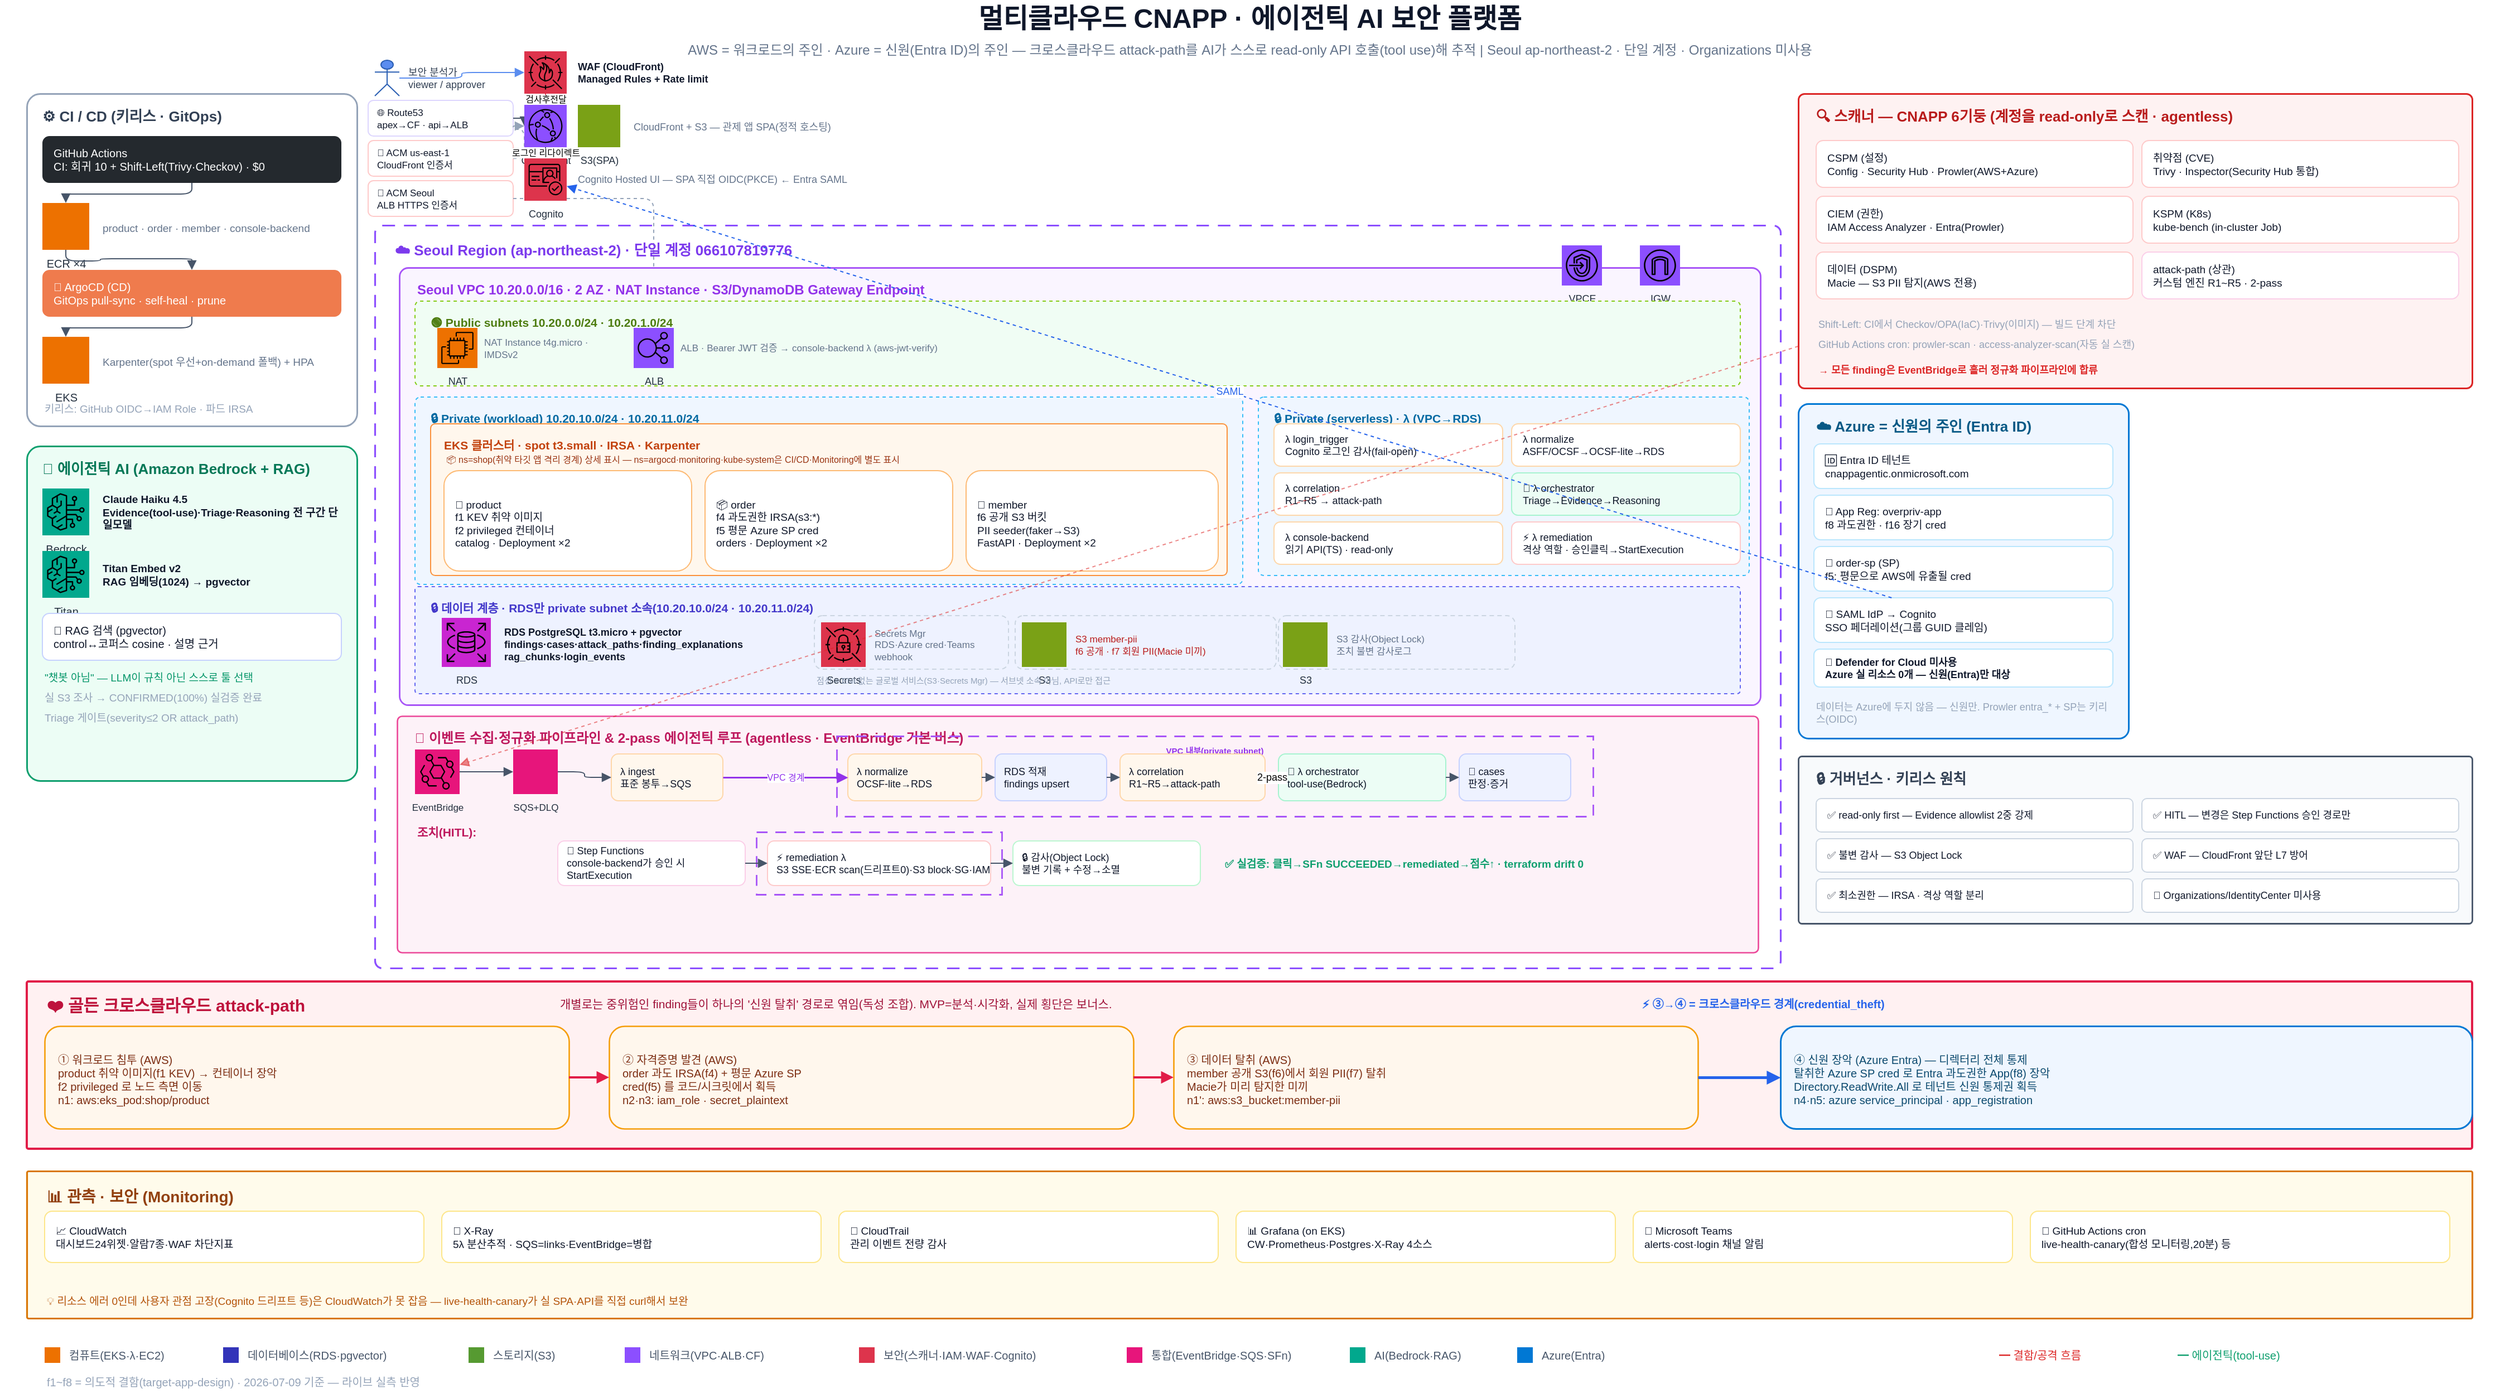
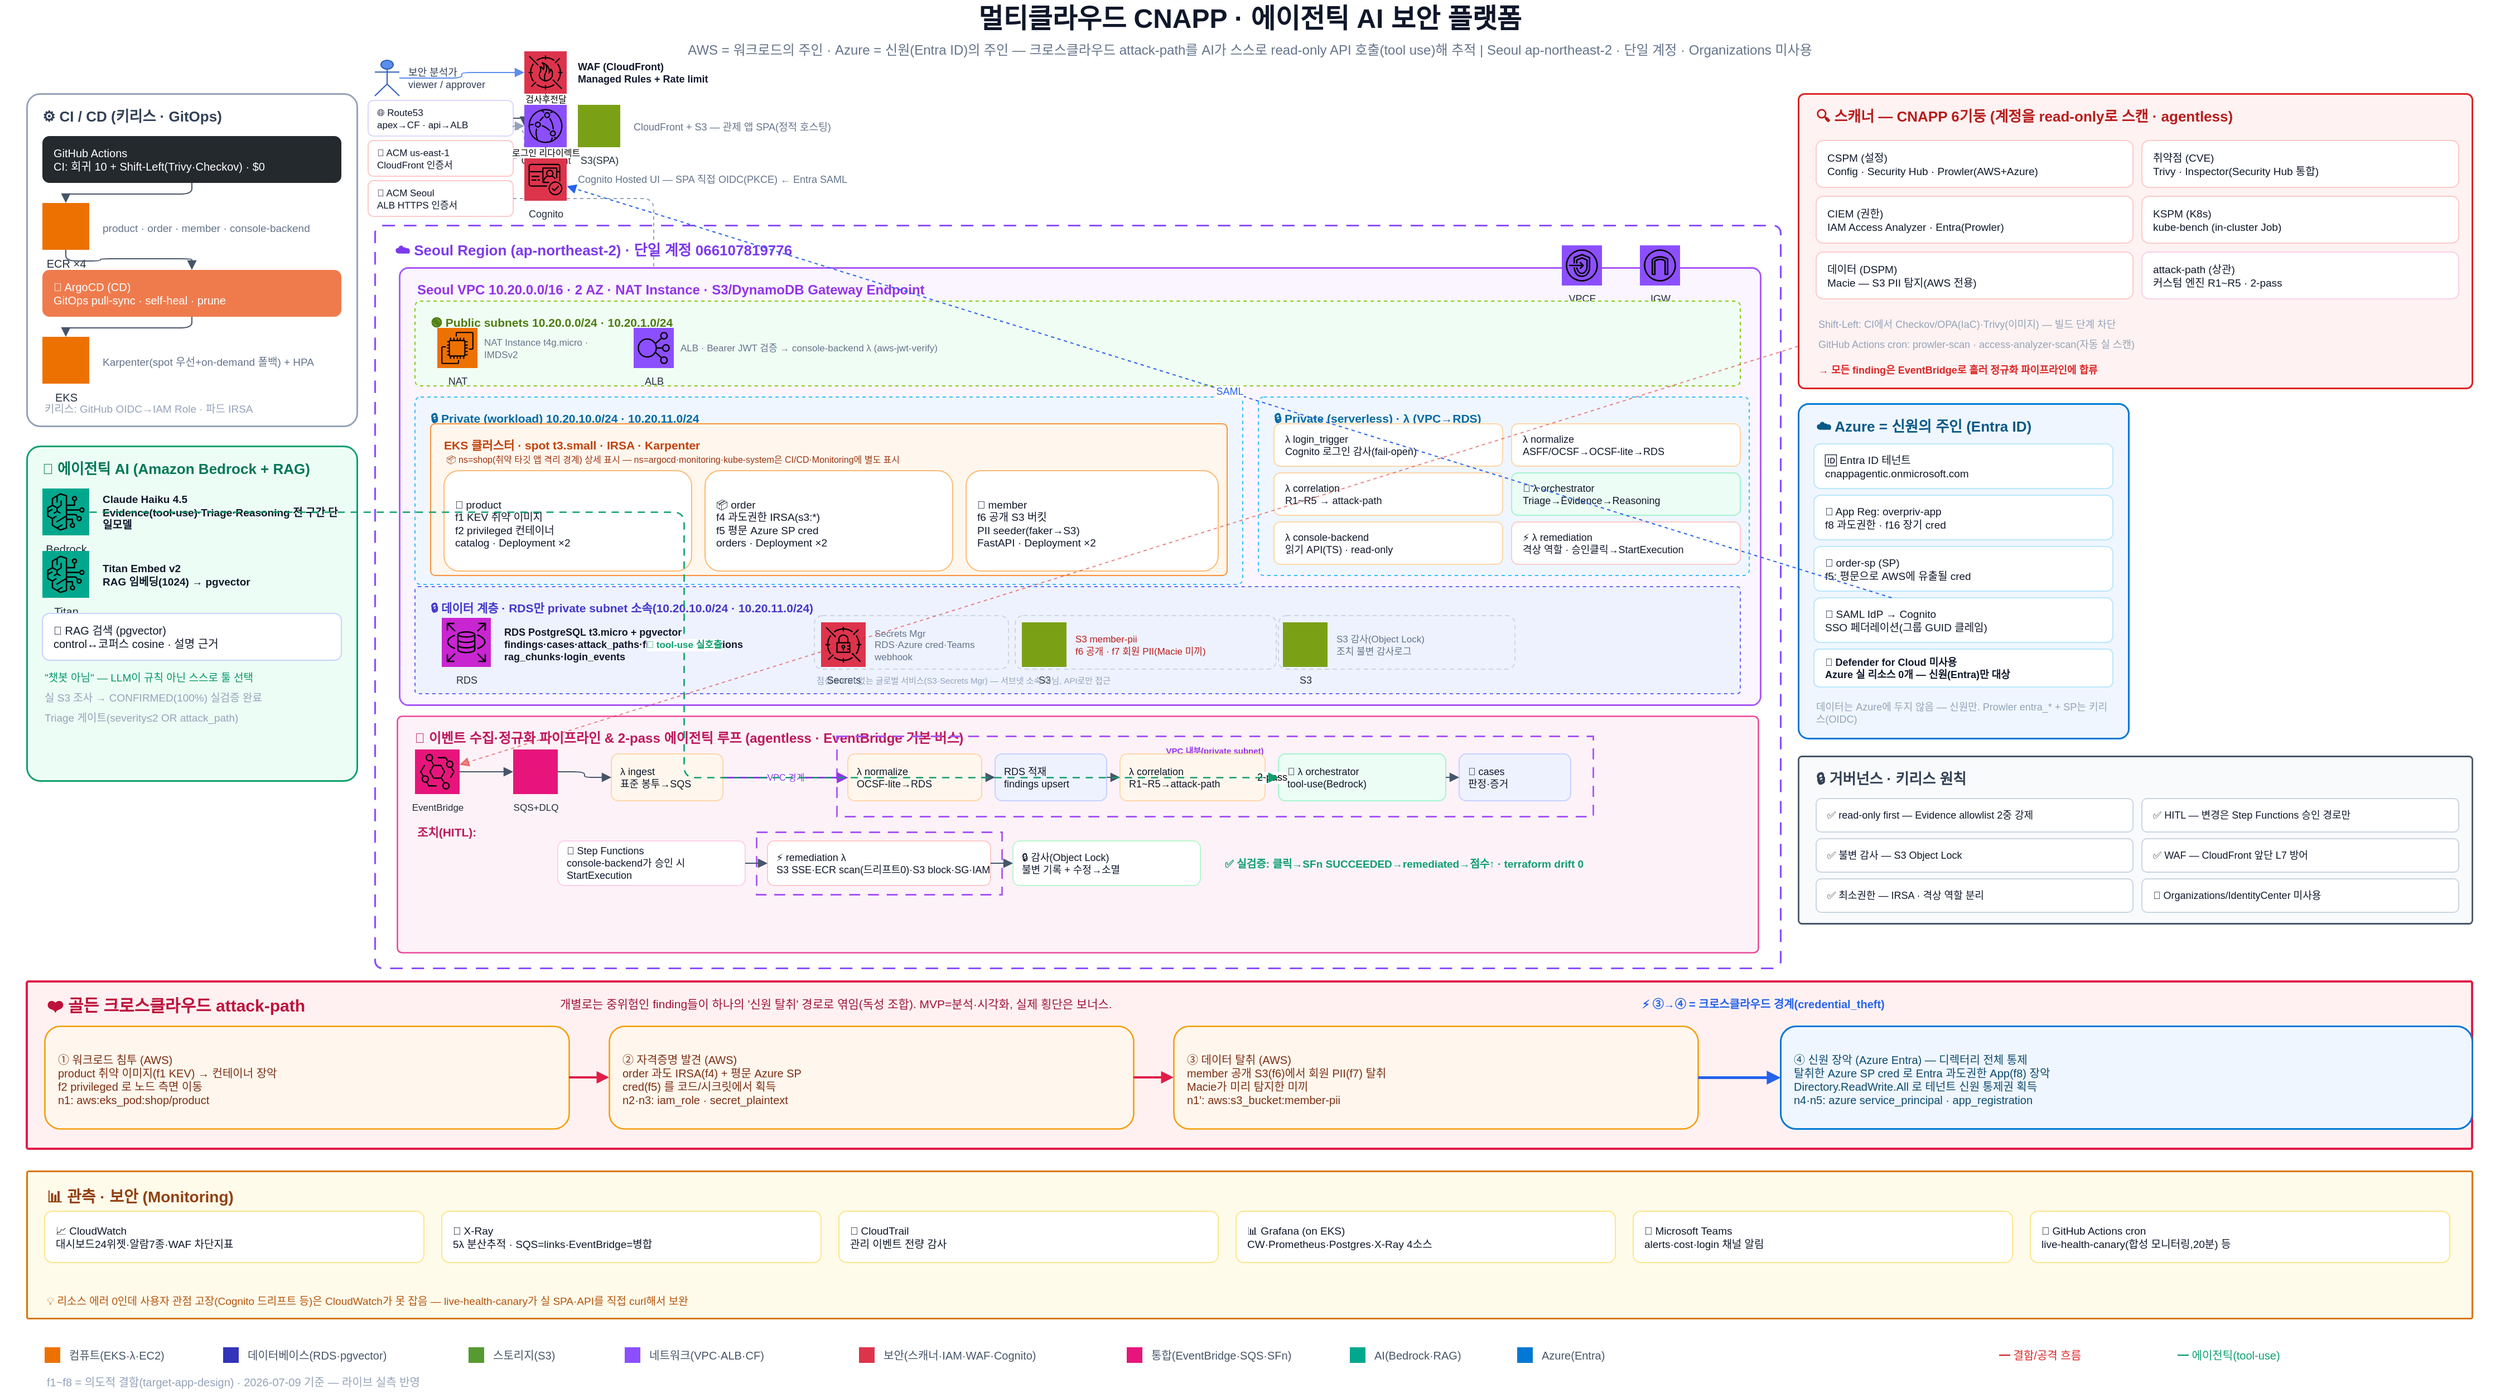
<mxfile host="Electron" agent="claude-code">
  <diagram id="cnapp-overview-v2" name="CNAPP 전체 개요">
    <mxGraphModel dx="1178" dy="701" grid="1" gridSize="10" guides="1" tooltips="1" connect="1" arrows="1" fold="1" page="1" pageScale="1" pageWidth="2240" pageHeight="1260" math="0" shadow="0">
      <root>
        <mxCell id="0" />
        <mxCell id="1" parent="0" />
        <mxCell id="title" parent="1" style="text;html=1;fontSize=24;fontStyle=1;align=center;verticalAlign=middle;fontColor=#0F172A;" value="멀티클라우드 CNAPP · 에이전틱 AI 보안 플랫폼" vertex="1">
          <mxGeometry height="34" width="2240" y="4" as="geometry" />
        </mxCell>
        <mxCell id="subtitle" parent="1" style="text;html=1;fontSize=12;align=center;verticalAlign=middle;fontColor=#64748B;" value="AWS = 워크로드의 주인 · Azure = 신원(Entra ID)의 주인 — 크로스클라우드 attack-path를 AI가 스스로 read-only API 호출(tool use)해 추적 | Seoul ap-northeast-2 · 단일 계정 · Organizations 미사용" vertex="1">
          <mxGeometry height="22" width="2240" y="38" as="geometry" />
        </mxCell>
        <mxCell id="Z_CICD" parent="1" style="rounded=1;arcSize=4;whiteSpace=wrap;html=1;fillColor=#FFFFFF;strokeColor=#94A3B8;strokeWidth=1.5;verticalAlign=top;align=left;spacingLeft=12;spacingTop=6;fontStyle=1;fontSize=13;fontColor=#334155;" value="⚙️ CI / CD  (키리스 · GitOps)" vertex="1">
          <mxGeometry height="298" width="296" x="24" y="88" as="geometry" />
        </mxCell>
        <mxCell id="GHA" parent="1" style="rounded=1;whiteSpace=wrap;html=1;fillColor=#24292E;strokeColor=none;fontColor=#FFFFFF;fontSize=10;align=left;spacingLeft=8;" value="GitHub Actions&#xa;CI: 회귀 10 + Shift-Left(Trivy·Checkov) · $0" vertex="1">
          <mxGeometry height="42" width="268" x="38" y="126" as="geometry" />
        </mxCell>
        <mxCell id="ECR" parent="1" style="sketch=0;outlineConnect=0;fontColor=#232F3E;gradientColor=none;fillColor=#ED7100;strokeColor=none;verticalLabelPosition=bottom;verticalAlign=top;align=center;html=1;fontSize=10;aspect=fixed;shape=mxgraph.aws4.resourceIcon;resIcon=mxgraph.aws4.elastic_container_registry;" value="ECR ×4" vertex="1">
          <mxGeometry height="42" width="42" x="38" y="186" as="geometry" />
        </mxCell>
        <mxCell id="ECR_TXT" parent="1" style="text;html=1;whiteSpace=wrap;align=left;verticalAlign=middle;fontSize=9.5;fontColor=#64748B;" value="product · order · member · console-backend" vertex="1">
          <mxGeometry height="24" width="216" x="90" y="196" as="geometry" />
        </mxCell>
        <mxCell id="ARGO" parent="1" style="rounded=1;whiteSpace=wrap;html=1;fillColor=#EF7B4D;strokeColor=none;fontColor=#FFFFFF;fontSize=10;align=left;spacingLeft=8;" value="🚢 ArgoCD (CD)&#xa;GitOps pull-sync · self-heal · prune" vertex="1">
          <mxGeometry height="42" width="268" x="38" y="246" as="geometry" />
        </mxCell>
        <mxCell id="EKS" parent="1" style="sketch=0;outlineConnect=0;fontColor=#232F3E;gradientColor=none;fillColor=#ED7100;strokeColor=none;verticalLabelPosition=bottom;verticalAlign=top;align=center;html=1;fontSize=10;aspect=fixed;shape=mxgraph.aws4.resourceIcon;resIcon=mxgraph.aws4.elastic_kubernetes_service;" value="EKS" vertex="1">
          <mxGeometry height="42" width="42" x="38" y="306" as="geometry" />
        </mxCell>
        <mxCell id="EKS_TXT" parent="1" style="text;html=1;whiteSpace=wrap;align=left;verticalAlign=middle;fontSize=9.5;fontColor=#64748B;" value="Karpenter(spot 우선+on-demand 폴백) + HPA" vertex="1">
          <mxGeometry height="24" width="216" x="90" y="316" as="geometry" />
        </mxCell>
        <mxCell id="CICD_NOTE" parent="1" style="text;html=1;whiteSpace=wrap;align=left;verticalAlign=middle;fontSize=9.5;fontColor=#94A3B8;" value="키리스: GitHub OIDC→IAM Role · 파드 IRSA" vertex="1">
          <mxGeometry height="20" width="268" x="38" y="360" as="geometry" />
        </mxCell>
        <mxCell id="e_c1" edge="1" parent="1" source="GHA" style="edgeStyle=orthogonalEdgeStyle;rounded=1;html=1;endArrow=block;strokeColor=#475569;" target="ECR">
          <mxGeometry relative="1" as="geometry" />
        </mxCell>
        <mxCell id="e_c2" edge="1" parent="1" source="ECR" style="edgeStyle=orthogonalEdgeStyle;rounded=1;html=1;endArrow=block;strokeColor=#475569;" target="ARGO">
          <mxGeometry relative="1" as="geometry" />
        </mxCell>
        <mxCell id="e_c3" edge="1" parent="1" source="ARGO" style="edgeStyle=orthogonalEdgeStyle;rounded=1;html=1;endArrow=block;strokeColor=#475569;" target="EKS">
          <mxGeometry relative="1" as="geometry" />
        </mxCell>
        <mxCell id="Z_AI" parent="1" style="rounded=1;arcSize=4;whiteSpace=wrap;html=1;fillColor=#ECFDF5;strokeColor=#0E9F6E;strokeWidth=1.5;verticalAlign=top;align=left;spacingLeft=12;spacingTop=6;fontStyle=1;fontSize=13;fontColor=#047857;" value="🧠 에이전틱 AI  (Amazon Bedrock + RAG)" vertex="1">
          <mxGeometry height="300" width="296" x="24" y="404" as="geometry" />
        </mxCell>
        <mxCell id="BR" parent="1" style="sketch=0;outlineConnect=0;fontColor=#232F3E;gradientColor=none;fillColor=#01A88D;strokeColor=none;verticalLabelPosition=bottom;verticalAlign=top;align=center;html=1;fontSize=10;aspect=fixed;shape=mxgraph.aws4.resourceIcon;resIcon=mxgraph.aws4.bedrock;" value="Bedrock" vertex="1">
          <mxGeometry height="42" width="42" x="38" y="442" as="geometry" />
        </mxCell>
        <mxCell id="BR_TXT" parent="1" style="text;html=1;whiteSpace=wrap;align=left;verticalAlign=middle;fontSize=9.5;fontColor=#0F172A;fontStyle=1;" value="Claude Haiku 4.5&#xa;Evidence(tool-use)·Triage·Reasoning 전 구간 단일모델" vertex="1">
          <mxGeometry height="46" width="216" x="90" y="440" as="geometry" />
        </mxCell>
        <mxCell id="TITAN" parent="1" style="sketch=0;outlineConnect=0;fontColor=#232F3E;gradientColor=none;fillColor=#01A88D;strokeColor=none;verticalLabelPosition=bottom;verticalAlign=top;align=center;html=1;fontSize=10;aspect=fixed;shape=mxgraph.aws4.resourceIcon;resIcon=mxgraph.aws4.bedrock;" value="Titan" vertex="1">
          <mxGeometry height="42" width="42" x="38" y="498" as="geometry" />
        </mxCell>
        <mxCell id="TITAN_TXT" parent="1" style="text;html=1;whiteSpace=wrap;align=left;verticalAlign=middle;fontSize=9.5;fontColor=#0F172A;fontStyle=1;" value="Titan Embed v2&#xa;RAG 임베딩(1024) → pgvector" vertex="1">
          <mxGeometry height="38" width="216" x="90" y="500" as="geometry" />
        </mxCell>
        <mxCell id="RAGBOX" parent="1" style="rounded=1;whiteSpace=wrap;html=1;fillColor=#FFFFFF;strokeColor=#C7D2FE;fontColor=#0F172A;fontSize=10;align=left;spacingLeft=8;" value="🔎 RAG 검색 (pgvector)&#xa;control↔코퍼스 cosine · 설명 근거" vertex="1">
          <mxGeometry height="42" width="268" x="38" y="554" as="geometry" />
        </mxCell>
        <mxCell id="AI_N1" parent="1" style="text;html=1;whiteSpace=wrap;align=left;verticalAlign=middle;fontSize=9.5;fontColor=#059669;" value="&quot;챗봇 아님&quot; — LLM이 규칙 아닌 스스로 툴 선택" vertex="1">
          <mxGeometry height="18" width="268" x="38" y="602" as="geometry" />
        </mxCell>
        <mxCell id="AI_N2" parent="1" style="text;html=1;whiteSpace=wrap;align=left;verticalAlign=middle;fontSize=9.5;fontColor=#94A3B8;" value="실 S3 조사 → CONFIRMED(100%) 실검증 완료" vertex="1">
          <mxGeometry height="18" width="268" x="38" y="620" as="geometry" />
        </mxCell>
        <mxCell id="AI_N4" parent="1" style="text;html=1;whiteSpace=wrap;align=left;verticalAlign=middle;fontSize=9.5;fontColor=#94A3B8;" value="Triage 게이트(severity≤2 OR attack_path)" vertex="1">
          <mxGeometry height="18" width="268" x="38" y="638" as="geometry" />
        </mxCell>
        <mxCell id="USER" parent="1" style="shape=umlActor;html=1;outlineConnect=0;fillColor=#5B8DEF;strokeColor=#2B5FB3;" value="" vertex="1">
          <mxGeometry height="32" width="22" x="336" y="58" as="geometry" />
        </mxCell>
        <mxCell id="USER_TXT" parent="1" style="text;html=1;whiteSpace=wrap;align=left;verticalAlign=middle;fontSize=9;fontColor=#334155;" value="보안 분석가&#xa;viewer / approver" vertex="1">
          <mxGeometry height="32" width="100" x="364" y="58" as="geometry" />
        </mxCell>
        <mxCell id="ROUTE53" parent="1" style="rounded=1;whiteSpace=wrap;html=1;fillColor=#FFFFFF;strokeColor=#DDD6FE;fontColor=#0F172A;fontSize=8.5;align=left;spacingLeft=6;verticalAlign=middle;" value="🌐 Route53&#xa;apex→CF · api→ALB" vertex="1">
          <mxGeometry height="32" width="130" x="330" y="94" as="geometry" />
        </mxCell>
        <mxCell id="ACM_CF" parent="1" style="rounded=1;whiteSpace=wrap;html=1;fillColor=#FFFFFF;strokeColor=#FECACA;fontColor=#0F172A;fontSize=8.5;align=left;spacingLeft=6;verticalAlign=middle;" value="📜 ACM us-east-1&#xa;CloudFront 인증서" vertex="1">
          <mxGeometry height="32" width="130" x="330" y="130" as="geometry" />
        </mxCell>
        <mxCell id="ACM_ALB" parent="1" style="rounded=1;whiteSpace=wrap;html=1;fillColor=#FFFFFF;strokeColor=#FECACA;fontColor=#0F172A;fontSize=8.5;align=left;spacingLeft=6;verticalAlign=middle;" value="📜 ACM Seoul&#xa;ALB HTTPS 인증서" vertex="1">
          <mxGeometry height="32" width="130" x="330" y="166" as="geometry" />
        </mxCell>
        <mxCell id="e_r53_cf" edge="1" parent="1" source="ROUTE53" style="edgeStyle=orthogonalEdgeStyle;rounded=1;html=1;endArrow=block;strokeColor=#475569;" target="CF">
          <mxGeometry relative="1" as="geometry" />
        </mxCell>
        <mxCell id="e_acmcf_cf" edge="1" parent="1" source="ACM_CF" style="edgeStyle=orthogonalEdgeStyle;rounded=1;html=1;endArrow=block;dashed=1;strokeColor=#94A3B8;" target="CF">
          <mxGeometry relative="1" as="geometry" />
        </mxCell>
        <mxCell id="e_acmalb_alb" edge="1" parent="1" source="ACM_ALB" style="edgeStyle=orthogonalEdgeStyle;rounded=1;html=1;endArrow=block;dashed=1;strokeColor=#94A3B8;" target="ALB">
          <mxGeometry relative="1" as="geometry" />
        </mxCell>
        <mxCell id="WAF" parent="1" style="sketch=0;outlineConnect=0;fontColor=#232F3E;gradientColor=none;fillColor=#DD344C;strokeColor=none;verticalLabelPosition=bottom;verticalAlign=top;align=center;html=1;fontSize=9;aspect=fixed;shape=mxgraph.aws4.resourceIcon;resIcon=mxgraph.aws4.waf;" value="WAF" vertex="1">
          <mxGeometry height="38" width="38" x="470" y="50" as="geometry" />
        </mxCell>
        <mxCell id="WAF_TXT" parent="1" style="text;html=1;whiteSpace=wrap;align=left;verticalAlign=middle;fontSize=9;fontColor=#0F172A;fontStyle=1;" value="WAF (CloudFront)&#xa;Managed Rules + Rate limit" vertex="1">
          <mxGeometry height="34" width="180" x="516" y="52" as="geometry" />
        </mxCell>
        <mxCell id="CF" parent="1" style="sketch=0;outlineConnect=0;fontColor=#232F3E;gradientColor=none;fillColor=#8C4FFF;strokeColor=none;verticalLabelPosition=bottom;verticalAlign=top;align=center;html=1;fontSize=9;aspect=fixed;shape=mxgraph.aws4.resourceIcon;resIcon=mxgraph.aws4.cloudfront;" value="CloudFront" vertex="1">
          <mxGeometry height="38" width="38" x="470" y="98" as="geometry" />
        </mxCell>
        <mxCell id="SPA" parent="1" style="sketch=0;outlineConnect=0;fontColor=#232F3E;gradientColor=none;fillColor=#7AA116;strokeColor=none;verticalLabelPosition=bottom;verticalAlign=top;align=center;html=1;fontSize=9;aspect=fixed;shape=mxgraph.aws4.resourceIcon;resIcon=mxgraph.aws4.simple_storage_service;" value="S3(SPA)" vertex="1">
          <mxGeometry height="38" width="38" x="518" y="98" as="geometry" />
        </mxCell>
        <mxCell id="CF_TXT" parent="1" style="text;html=1;whiteSpace=wrap;align=left;verticalAlign=middle;fontSize=9;fontColor=#64748B;" value="CloudFront + S3 — 관제 앱 SPA(정적 호스팅)" vertex="1">
          <mxGeometry height="24" width="200" x="566" y="106" as="geometry" />
        </mxCell>
        <mxCell id="COG" parent="1" style="sketch=0;outlineConnect=0;fontColor=#232F3E;gradientColor=none;fillColor=#DD344C;strokeColor=none;verticalLabelPosition=bottom;verticalAlign=top;align=center;html=1;fontSize=9;aspect=fixed;shape=mxgraph.aws4.resourceIcon;resIcon=mxgraph.aws4.cognito;" value="Cognito" vertex="1">
          <mxGeometry height="38" width="38" x="470" y="146" as="geometry" />
        </mxCell>
        <mxCell id="COG_TXT" parent="1" style="text;html=1;whiteSpace=wrap;align=left;verticalAlign=middle;fontSize=9;fontColor=#64748B;" value="Cognito Hosted UI — SPA 직접 OIDC(PKCE) ← Entra SAML" vertex="1">
          <mxGeometry height="38" width="250" x="516" y="146" as="geometry" />
        </mxCell>
        <mxCell id="e_u1" edge="1" parent="1" source="USER" style="edgeStyle=orthogonalEdgeStyle;rounded=1;html=1;endArrow=block;strokeColor=#5B8DEF;fontSize=9;" target="WAF">
          <mxGeometry relative="1" as="geometry" />
        </mxCell>
        <mxCell id="e_u2" edge="1" parent="1" source="WAF" style="edgeStyle=orthogonalEdgeStyle;rounded=1;html=1;endArrow=block;strokeColor=#DD344C;fontSize=8;" target="CF" value="검사후전달">
          <mxGeometry relative="1" as="geometry" />
        </mxCell>
        <mxCell id="e_u3" edge="1" parent="1" source="CF" style="edgeStyle=orthogonalEdgeStyle;rounded=1;html=1;endArrow=block;strokeColor=#475569;fontSize=8;" target="COG" value="로그인 리다이렉트">
          <mxGeometry relative="1" as="geometry" />
        </mxCell>
        <mxCell id="Z_REGION" parent="1" style="rounded=1;arcSize=1;whiteSpace=wrap;html=1;fillColor=none;strokeColor=#8C4FFF;strokeWidth=1.6;dashed=1;dashPattern=7 5;verticalAlign=top;align=left;spacingLeft=16;spacingTop=8;fontStyle=1;fontSize=13;fontColor=#7C3AED;" value="☁️ Seoul Region (ap-northeast-2) · 단일 계정 066107819776" vertex="1">
          <mxGeometry height="666" width="1260" x="336" y="206" as="geometry" />
        </mxCell>
        <mxCell id="Z_VPC" parent="1" style="rounded=1;arcSize=2;whiteSpace=wrap;html=1;fillColor=#FAF5FF;strokeColor=#A855F7;strokeWidth=1.4;verticalAlign=top;align=left;spacingLeft=14;spacingTop=6;fontStyle=1;fontSize=12;fontColor=#9333EA;" value="Seoul VPC 10.20.0.0/16 · 2 AZ · NAT Instance · S3/DynamoDB Gateway Endpoint" vertex="1">
          <mxGeometry height="392" width="1220" x="358" y="244" as="geometry" />
        </mxCell>
        <mxCell id="VPCE" parent="1" style="sketch=0;outlineConnect=0;fontColor=#232F3E;gradientColor=none;fillColor=#8C4FFF;strokeColor=none;verticalLabelPosition=bottom;verticalAlign=top;align=center;html=1;fontSize=9;aspect=fixed;shape=mxgraph.aws4.resourceIcon;resIcon=mxgraph.aws4.endpoints;" value="VPCE" vertex="1">
          <mxGeometry height="36" width="36" x="1400" y="224" as="geometry" />
        </mxCell>
        <mxCell id="IGW" parent="1" style="sketch=0;outlineConnect=0;fontColor=#232F3E;gradientColor=none;fillColor=#8C4FFF;strokeColor=none;verticalLabelPosition=bottom;verticalAlign=top;align=center;html=1;fontSize=9;aspect=fixed;shape=mxgraph.aws4.resourceIcon;resIcon=mxgraph.aws4.internet_gateway;" value="IGW" vertex="1">
          <mxGeometry height="36" width="36" x="1470" y="224" as="geometry" />
        </mxCell>
        <mxCell id="Z_PUB" parent="1" style="rounded=1;arcSize=6;whiteSpace=wrap;html=1;fillColor=#F0FDF4;strokeColor=#84CC16;dashed=1;verticalAlign=top;align=left;spacingLeft=12;spacingTop=6;fontStyle=1;fontSize=10.5;fontColor=#4D7C0F;" value="🟢 Public subnets  10.20.0.0/24 · 10.20.1.0/24" vertex="1">
          <mxGeometry height="76" width="1188" x="372" y="274" as="geometry" />
        </mxCell>
        <mxCell id="NAT" parent="1" style="sketch=0;outlineConnect=0;fontColor=#232F3E;gradientColor=none;fillColor=#ED7100;strokeColor=none;verticalLabelPosition=bottom;verticalAlign=top;align=center;html=1;fontSize=9;aspect=fixed;shape=mxgraph.aws4.resourceIcon;resIcon=mxgraph.aws4.ec2;" value="NAT" vertex="1">
          <mxGeometry height="36" width="36" x="392" y="298" as="geometry" />
        </mxCell>
        <mxCell id="NAT_TXT" parent="1" style="text;html=1;whiteSpace=wrap;align=left;verticalAlign=middle;fontSize=8.5;fontColor=#64748B;" value="NAT Instance t4g.micro · IMDSv2" vertex="1">
          <mxGeometry height="24" width="120" x="432" y="304" as="geometry" />
        </mxCell>
        <mxCell id="ALB" parent="1" style="sketch=0;outlineConnect=0;fontColor=#232F3E;gradientColor=none;fillColor=#8C4FFF;strokeColor=none;verticalLabelPosition=bottom;verticalAlign=top;align=center;html=1;fontSize=9;aspect=fixed;shape=mxgraph.aws4.resourceIcon;resIcon=mxgraph.aws4.elastic_load_balancing;" value="ALB" vertex="1">
          <mxGeometry height="36" width="36" x="568" y="298" as="geometry" />
        </mxCell>
        <mxCell id="ALB_TXT" parent="1" style="text;html=1;whiteSpace=wrap;align=left;verticalAlign=middle;fontSize=8.5;fontColor=#64748B;" value="ALB · Bearer JWT 검증 → console-backend λ (aws-jwt-verify)" vertex="1">
          <mxGeometry height="36" width="240" x="608" y="298" as="geometry" />
        </mxCell>
        <!-- 클러스터엔 네임스페이스 4개(shop·argocd·monitoring·kube-system) 존재. shop=취약 타깃 앱 격리 경계라
             여기서 상세 표시, 나머지 3개는 이미 각자 자리(CI/CD·Monitoring)가 있어 중복 표시 안 함
             (파이프라인 밴드와 동일 원칙: 지금 그리는 경계의 주인공만 상세 표시) -->
        <mxCell id="Z_WORK" parent="1" style="rounded=1;arcSize=3;whiteSpace=wrap;html=1;fillColor=#EFF6FF;strokeColor=#38BDF8;dashed=1;verticalAlign=top;align=left;spacingLeft=12;spacingTop=6;fontStyle=1;fontSize=10.5;fontColor=#0369A1;" value="🔒 Private (workload) 10.20.10.0/24 · 10.20.11.0/24" vertex="1">
          <mxGeometry height="168" width="742" x="372" y="360" as="geometry" />
        </mxCell>
        <mxCell id="Z_EKS2" parent="1" style="rounded=1;arcSize=3;whiteSpace=wrap;html=1;fillColor=#FFF7ED;strokeColor=#FB923C;verticalAlign=top;align=left;spacingLeft=10;spacingTop=6;fontStyle=1;fontSize=10.5;fontColor=#C2410C;" value="EKS 클러스터 · spot t3.small · IRSA · Karpenter" vertex="1">
          <mxGeometry height="136" width="714" x="386" y="384" as="geometry" />
        </mxCell>
        <mxCell id="EKS_NS_NOTE" parent="1" style="text;html=1;whiteSpace=wrap;align=left;verticalAlign=middle;fontSize=8;fontColor=#9A3412;" value="📦 ns=shop(취약 타깃 앱 격리 경계) 상세 표시 — ns=argocd·monitoring·kube-system은 CI/CD·Monitoring에 별도 표시" vertex="1">
          <mxGeometry height="16" width="690" x="398" y="408" as="geometry" />
        </mxCell>
        <mxCell id="POD_PRODUCT" parent="1" style="rounded=1;whiteSpace=wrap;html=1;fillColor=#FFFFFF;strokeColor=#FDBA74;fontColor=#0F172A;fontSize=9.5;align=left;spacingLeft=8;spacingTop=4;" value="🛒 product&#xa;f1 KEV 취약 이미지&#xa;f2 privileged 컨테이너&#xa;catalog · Deployment ×2" vertex="1">
          <mxGeometry height="90" width="222" x="398" y="426" as="geometry" />
        </mxCell>
        <mxCell id="POD_ORDER" parent="1" style="rounded=1;whiteSpace=wrap;html=1;fillColor=#FFFFFF;strokeColor=#FDBA74;fontColor=#0F172A;fontSize=9.5;align=left;spacingLeft=8;spacingTop=4;" value="📦 order&#xa;f4 과도권한 IRSA(s3:*)&#xa;f5 평문 Azure SP cred&#xa;orders · Deployment ×2" vertex="1">
          <mxGeometry height="90" width="222" x="632" y="426" as="geometry" />
        </mxCell>
        <mxCell id="POD_MEMBER" parent="1" style="rounded=1;whiteSpace=wrap;html=1;fillColor=#FFFFFF;strokeColor=#FDBA74;fontColor=#0F172A;fontSize=9.5;align=left;spacingLeft=8;spacingTop=4;" value="👤 member&#xa;f6 공개 S3 버킷&#xa;PII seeder(faker→S3)&#xa;FastAPI · Deployment ×2" vertex="1">
          <mxGeometry height="90" width="226" x="866" y="426" as="geometry" />
        </mxCell>
        <mxCell id="Z_SVLESS" parent="1" style="rounded=1;arcSize=3;whiteSpace=wrap;html=1;fillColor=#EFF6FF;strokeColor=#38BDF8;dashed=1;verticalAlign=top;align=left;spacingLeft=12;spacingTop=6;fontStyle=1;fontSize=10.5;fontColor=#0369A1;" value="🔒 Private (serverless) · λ (VPC→RDS)" vertex="1">
          <mxGeometry height="160" width="440" x="1128" y="360" as="geometry" />
        </mxCell>
        <mxCell id="L_INGEST" parent="1" style="rounded=1;whiteSpace=wrap;html=1;fillColor=#FFFFFF;strokeColor=#FED7AA;fontColor=#0F172A;fontSize=9;align=left;spacingLeft=8;" value="λ login_trigger&#xa;Cognito 로그인 감사(fail-open)" vertex="1">
          <mxGeometry height="38" width="205" x="1142" y="384" as="geometry" />
        </mxCell>
        <mxCell id="L_NORM" parent="1" style="rounded=1;whiteSpace=wrap;html=1;fillColor=#FFFFFF;strokeColor=#FED7AA;fontColor=#0F172A;fontSize=9;align=left;spacingLeft=8;" value="λ normalize&#xa;ASFF/OCSF→OCSF-lite→RDS" vertex="1">
          <mxGeometry height="38" width="205" x="1355" y="384" as="geometry" />
        </mxCell>
        <mxCell id="L_CORR" parent="1" style="rounded=1;whiteSpace=wrap;html=1;fillColor=#FFFFFF;strokeColor=#FED7AA;fontColor=#0F172A;fontSize=9;align=left;spacingLeft=8;" value="λ correlation&#xa;R1~R5 → attack-path" vertex="1">
          <mxGeometry height="38" width="205" x="1142" y="428" as="geometry" />
        </mxCell>
        <mxCell id="L_ORCH" parent="1" style="rounded=1;whiteSpace=wrap;html=1;fillColor=#ECFDF5;strokeColor=#A7F3D0;fontColor=#0F172A;fontSize=9;align=left;spacingLeft=8;" value="🧠 λ orchestrator&#xa;Triage→Evidence→Reasoning" vertex="1">
          <mxGeometry height="38" width="205" x="1355" y="428" as="geometry" />
        </mxCell>
        <mxCell id="L_CBACK" parent="1" style="rounded=1;whiteSpace=wrap;html=1;fillColor=#FFFFFF;strokeColor=#FED7AA;fontColor=#0F172A;fontSize=9;align=left;spacingLeft=8;" value="λ console-backend&#xa;읽기 API(TS) · read-only" vertex="1">
          <mxGeometry height="38" width="205" x="1142" y="472" as="geometry" />
        </mxCell>
        <mxCell id="L_REMED" parent="1" style="rounded=1;whiteSpace=wrap;html=1;fillColor=#FFFFFF;strokeColor=#FECACA;fontColor=#0F172A;fontSize=9;align=left;spacingLeft=8;" value="⚡ λ remediation&#xa;격상 역할 · 승인클릭→StartExecution" vertex="1">
          <mxGeometry height="38" width="205" x="1355" y="472" as="geometry" />
        </mxCell>
        <mxCell id="Z_DATA" parent="1" style="rounded=1;arcSize=3;whiteSpace=wrap;html=1;fillColor=#EEF2FF;strokeColor=#6366F1;dashed=1;verticalAlign=top;align=left;spacingLeft=12;spacingTop=6;fontStyle=1;fontSize=10.5;fontColor=#4338CA;" value="🔒 데이터 계층 · RDS만 private subnet 소속(10.20.10.0/24 · 10.20.11.0/24)" vertex="1">
          <mxGeometry height="96" width="1188" x="372" y="530" as="geometry" />
        </mxCell>
        <mxCell id="RDS" parent="1" style="sketch=0;outlineConnect=0;fontColor=#232F3E;gradientColor=none;fillColor=#C925D1;strokeColor=none;verticalLabelPosition=bottom;verticalAlign=top;align=center;html=1;fontSize=9;aspect=fixed;shape=mxgraph.aws4.resourceIcon;resIcon=mxgraph.aws4.rds;" value="RDS" vertex="1">
          <mxGeometry height="44" width="44" x="396" y="558" as="geometry" />
        </mxCell>
        <mxCell id="RDS_TXT" parent="1" style="text;html=1;whiteSpace=wrap;align=left;verticalAlign=middle;fontSize=9;fontColor=#0F172A;fontStyle=1;" value="RDS PostgreSQL t3.micro + pgvector&#xa;findings·cases·attack_paths·finding_explanations&#xa;rag_chunks·login_events" vertex="1">
          <mxGeometry height="56" width="266" x="450" y="554" as="geometry" />
        </mxCell>
        <mxCell id="SM_WRAP" parent="1" style="rounded=1;whiteSpace=wrap;html=1;fillColor=none;strokeColor=#CBD5E1;dashed=1;dashPattern=4 3;" value="" vertex="1">
          <mxGeometry height="48" width="174" x="730" y="556" as="geometry" />
        </mxCell>
        <mxCell id="SM" parent="1" style="sketch=0;outlineConnect=0;fontColor=#232F3E;gradientColor=none;fillColor=#DD344C;strokeColor=none;verticalLabelPosition=bottom;verticalAlign=top;align=center;html=1;fontSize=9;aspect=fixed;shape=mxgraph.aws4.resourceIcon;resIcon=mxgraph.aws4.secrets_manager;" value="Secrets" vertex="1">
          <mxGeometry height="40" width="40" x="736" y="562" as="geometry" />
        </mxCell>
        <mxCell id="SM_TXT" parent="1" style="text;html=1;whiteSpace=wrap;align=left;verticalAlign=middle;fontSize=8.5;fontColor=#64748B;" value="Secrets Mgr&#xa;RDS·Azure cred·Teams webhook" vertex="1">
          <mxGeometry height="32" width="120" x="782" y="566" as="geometry" />
        </mxCell>
        <mxCell id="S3PII_WRAP" parent="1" style="rounded=1;whiteSpace=wrap;html=1;fillColor=none;strokeColor=#CBD5E1;dashed=1;dashPattern=4 3;" value="" vertex="1">
          <mxGeometry height="48" width="234" x="910" y="556" as="geometry" />
        </mxCell>
        <mxCell id="S3PII" parent="1" style="sketch=0;outlineConnect=0;fontColor=#232F3E;gradientColor=none;fillColor=#7AA116;strokeColor=none;verticalLabelPosition=bottom;verticalAlign=top;align=center;html=1;fontSize=9;aspect=fixed;shape=mxgraph.aws4.resourceIcon;resIcon=mxgraph.aws4.simple_storage_service;" value="S3" vertex="1">
          <mxGeometry height="40" width="40" x="916" y="562" as="geometry" />
        </mxCell>
        <mxCell id="S3PII_TXT" parent="1" style="text;html=1;whiteSpace=wrap;align=left;verticalAlign=middle;fontSize=8.5;fontColor=#B91C1C;" value="S3 member-pii&#xa;f6 공개 · f7 회원 PII(Macie 미끼)" vertex="1">
          <mxGeometry height="32" width="180" x="962" y="566" as="geometry" />
        </mxCell>
        <mxCell id="S3AUDIT_WRAP" parent="1" style="rounded=1;whiteSpace=wrap;html=1;fillColor=none;strokeColor=#CBD5E1;dashed=1;dashPattern=4 3;" value="" vertex="1">
          <mxGeometry height="48" width="212" x="1146" y="556" as="geometry" />
        </mxCell>
        <mxCell id="S3AUDIT" parent="1" style="sketch=0;outlineConnect=0;fontColor=#232F3E;gradientColor=none;fillColor=#7AA116;strokeColor=none;verticalLabelPosition=bottom;verticalAlign=top;align=center;html=1;fontSize=9;aspect=fixed;shape=mxgraph.aws4.resourceIcon;resIcon=mxgraph.aws4.simple_storage_service;" value="S3" vertex="1">
          <mxGeometry height="40" width="40" x="1150" y="562" as="geometry" />
        </mxCell>
        <mxCell id="S3AUDIT_TXT" parent="1" style="text;html=1;whiteSpace=wrap;align=left;verticalAlign=middle;fontSize=8.5;fontColor=#64748B;" value="S3 감사(Object Lock)&#xa;조치 불변 감사로그" vertex="1">
          <mxGeometry height="32" width="160" x="1196" y="566" as="geometry" />
        </mxCell>
        <mxCell id="DATA_NOTE" parent="1" style="text;html=1;whiteSpace=wrap;align=left;verticalAlign=middle;fontSize=7.5;fontColor=#94A3B8;" value="점선 = ENI 없는 글로벌 서비스(S3·Secrets Mgr) — 서브넷 소속 아님, API로만 접근" vertex="1">
          <mxGeometry height="16" width="480" x="730" y="606" as="geometry" />
        </mxCell>
        <mxCell id="Z_PIPE" parent="1" style="rounded=1;arcSize=2;whiteSpace=wrap;html=1;fillColor=#FDF2F8;strokeColor=#EC4899;strokeWidth=1.3;verticalAlign=top;align=left;spacingLeft=14;spacingTop=6;fontStyle=1;fontSize=12;fontColor=#BE185D;" value="🔁 이벤트 수집·정규화 파이프라인 &amp; 2-pass 에이전틱 루프 (agentless · EventBridge 기본 버스)" vertex="1">
          <mxGeometry height="212" width="1220" x="356" y="646" as="geometry" />
        </mxCell>
        <mxCell id="PIPE_VPC_BOX" parent="1" style="rounded=0;whiteSpace=wrap;html=1;fillColor=none;strokeColor=#A855F7;strokeWidth=1.4;dashed=1;dashPattern=7 5;verticalAlign=top;align=center;fontSize=7.5;fontStyle=1;fontColor=#9333EA;spacingTop=2;" value="VPC 내부(private subnet)" vertex="1">
          <mxGeometry height="72" width="678" x="750" y="664" as="geometry" />
        </mxCell>
        <mxCell id="EB2" parent="1" style="sketch=0;outlineConnect=0;fontColor=#232F3E;gradientColor=none;fillColor=#E7157B;strokeColor=none;verticalLabelPosition=bottom;verticalAlign=top;align=center;html=1;fontSize=8.5;aspect=fixed;shape=mxgraph.aws4.resourceIcon;resIcon=mxgraph.aws4.eventbridge;" value="EventBridge" vertex="1">
          <mxGeometry height="40" width="40" x="372" y="676" as="geometry" />
        </mxCell>
        <mxCell id="SQS2" parent="1" style="sketch=0;outlineConnect=0;fontColor=#232F3E;gradientColor=none;fillColor=#E7157B;strokeColor=none;verticalLabelPosition=bottom;verticalAlign=top;align=center;html=1;fontSize=8.5;aspect=fixed;shape=mxgraph.aws4.resourceIcon;resIcon=mxgraph.aws4.simple_queue_service;" value="SQS+DLQ" vertex="1">
          <mxGeometry height="40" width="40" x="460" y="676" as="geometry" />
        </mxCell>
        <mxCell id="P_ING" parent="1" style="rounded=1;whiteSpace=wrap;html=1;fillColor=#FFF7ED;strokeColor=#FED7AA;fontColor=#0F172A;fontSize=9;align=left;spacingLeft=6;" value="λ ingest&#xa;표준 봉투→SQS" vertex="1">
          <mxGeometry height="42" width="100" x="548" y="680" as="geometry" />
        </mxCell>
        <mxCell id="P_NORM" parent="1" style="rounded=1;whiteSpace=wrap;html=1;fillColor=#FFF7ED;strokeColor=#FED7AA;fontColor=#0F172A;fontSize=9;align=left;spacingLeft=6;" value="λ normalize&#xa;OCSF-lite→RDS" vertex="1">
          <mxGeometry height="42" width="120" x="760" y="680" as="geometry" />
        </mxCell>
        <mxCell id="P_RDS" parent="1" style="rounded=1;whiteSpace=wrap;html=1;fillColor=#EEF2FF;strokeColor=#C7D2FE;fontColor=#0F172A;fontSize=9;align=left;spacingLeft=6;" value="RDS 적재&#xa;findings upsert" vertex="1">
          <mxGeometry height="42" width="100" x="892" y="680" as="geometry" />
        </mxCell>
        <mxCell id="P_CORR" parent="1" style="rounded=1;whiteSpace=wrap;html=1;fillColor=#FFF7ED;strokeColor=#FED7AA;fontColor=#0F172A;fontSize=9;align=left;spacingLeft=6;" value="λ correlation&#xa;R1~R5→attack-path" vertex="1">
          <mxGeometry height="42" width="130" x="1004" y="680" as="geometry" />
        </mxCell>
        <mxCell id="P_ORCH" parent="1" style="rounded=1;whiteSpace=wrap;html=1;fillColor=#ECFDF5;strokeColor=#A7F3D0;fontColor=#0F172A;fontSize=9;align=left;spacingLeft=6;" value="🧠 λ orchestrator&#xa;tool-use(Bedrock)" vertex="1">
          <mxGeometry height="42" width="150" x="1146" y="680" as="geometry" />
        </mxCell>
        <mxCell id="P_CASES" parent="1" style="rounded=1;whiteSpace=wrap;html=1;fillColor=#EEF2FF;strokeColor=#C7D2FE;fontColor=#0F172A;fontSize=9;align=left;spacingLeft=6;" value="📁 cases&#xa;판정·증거" vertex="1">
          <mxGeometry height="42" width="100" x="1308" y="680" as="geometry" />
        </mxCell>
        <mxCell id="e_p1" edge="1" parent="1" source="EB2" style="edgeStyle=orthogonalEdgeStyle;rounded=1;html=1;endArrow=block;strokeColor=#475569;" target="SQS2">
          <mxGeometry relative="1" as="geometry" />
        </mxCell>
        <mxCell id="e_p2" edge="1" parent="1" source="SQS2" style="edgeStyle=orthogonalEdgeStyle;rounded=1;html=1;endArrow=block;strokeColor=#475569;" target="P_ING">
          <mxGeometry relative="1" as="geometry" />
        </mxCell>
        <mxCell id="e_p2b" edge="1" parent="1" source="P_ING" style="edgeStyle=orthogonalEdgeStyle;rounded=1;html=1;endArrow=block;strokeColor=#9333EA;strokeWidth=1.6;fontSize=8;fontColor=#9333EA;" target="P_NORM" value="VPC 경계">
          <mxGeometry relative="1" as="geometry" />
        </mxCell>
        <mxCell id="e_p3" edge="1" parent="1" source="P_NORM" style="edgeStyle=orthogonalEdgeStyle;rounded=1;html=1;endArrow=block;strokeColor=#475569;" target="P_RDS">
          <mxGeometry relative="1" as="geometry" />
        </mxCell>
        <mxCell id="e_p4" edge="1" parent="1" source="P_RDS" style="edgeStyle=orthogonalEdgeStyle;rounded=1;html=1;endArrow=block;strokeColor=#475569;" target="P_CORR">
          <mxGeometry relative="1" as="geometry" />
        </mxCell>
        <mxCell id="e_p5" edge="1" parent="1" source="P_CORR" style="edgeStyle=orthogonalEdgeStyle;rounded=1;html=1;endArrow=block;strokeColor=#0E9F6E;strokeWidth=1.5;fontSize=9;" target="P_ORCH" value="2-pass">
          <mxGeometry relative="1" as="geometry" />
        </mxCell>
        <mxCell id="e_p6" edge="1" parent="1" source="P_ORCH" style="edgeStyle=orthogonalEdgeStyle;rounded=1;html=1;endArrow=block;strokeColor=#475569;" target="P_CASES">
          <mxGeometry relative="1" as="geometry" />
        </mxCell>
+         <!-- Bedrock↔orchestrator: 데이터가 지나가는 파이프라인 홉이 아니라 "orchestrator 코드 안에서 Bedrock API를
+              호출한다"는 논리적 관계라 점선(ACM 인증서 연결선과 동일 표기법) -->
+         <mxCell id="e_ai_orch" edge="1" parent="1" source="BR" target="P_ORCH" value="🧠 tool-use 실호출" style="edgeStyle=orthogonalEdgeStyle;rounded=1;html=1;endArrow=block;dashed=1;dashPattern=5 4;strokeColor=#0E9F6E;strokeWidth=1.3;fontSize=8.5;fontColor=#0E9F6E;fontStyle=1;exitX=1;exitY=0.5;entryX=0;entryY=0.5;">
+           <mxGeometry relative="1" as="geometry" />
+         </mxCell>
        <mxCell id="HITL_LABEL" parent="1" style="text;html=1;whiteSpace=wrap;align=left;verticalAlign=middle;fontSize=10.5;fontColor=#BE185D;fontStyle=1;" value="조치(HITL):" vertex="1">
          <mxGeometry height="20" width="120" x="372" y="740" as="geometry" />
        </mxCell>
        <mxCell id="SFN2" parent="1" style="rounded=1;whiteSpace=wrap;html=1;fillColor=#FFFFFF;strokeColor=#FBCFE8;fontColor=#0F172A;fontSize=9;align=left;spacingLeft=6;" value="🔀 Step Functions&#xa;console-backend가 승인 시 StartExecution" vertex="1">
          <mxGeometry height="40" width="168" x="500" y="758" as="geometry" />
        </mxCell>
        <mxCell id="HITL_VPC_BOX" parent="1" style="rounded=0;whiteSpace=wrap;html=1;fillColor=none;strokeColor=#A855F7;strokeWidth=1.4;dashed=1;dashPattern=7 5;" value="" vertex="1">
          <mxGeometry height="56" width="220" x="678" y="750" as="geometry" />
        </mxCell>
        <mxCell id="REMED2" parent="1" style="rounded=1;whiteSpace=wrap;html=1;fillColor=#FFFFFF;strokeColor=#FECACA;fontColor=#0F172A;fontSize=9;align=left;spacingLeft=6;" value="⚡ remediation λ&#xa;S3 SSE·ECR scan(드리프트0)·S3 block·SG·IAM" vertex="1">
          <mxGeometry height="40" width="200" x="688" y="758" as="geometry" />
        </mxCell>
        <mxCell id="AUDIT2" parent="1" style="rounded=1;whiteSpace=wrap;html=1;fillColor=#FFFFFF;strokeColor=#BBF7D0;fontColor=#0F172A;fontSize=9;align=left;spacingLeft=6;" value="🔒 감사(Object Lock)&#xa;불변 기록 + 수정→소멸" vertex="1">
          <mxGeometry height="40" width="168" x="908" y="758" as="geometry" />
        </mxCell>
        <mxCell id="e_h1" edge="1" parent="1" source="SFN2" style="edgeStyle=orthogonalEdgeStyle;rounded=1;html=1;endArrow=block;strokeColor=#475569;" target="REMED2">
          <mxGeometry relative="1" as="geometry" />
        </mxCell>
        <mxCell id="e_h2" edge="1" parent="1" source="REMED2" style="edgeStyle=orthogonalEdgeStyle;rounded=1;html=1;endArrow=block;strokeColor=#475569;" target="AUDIT2">
          <mxGeometry relative="1" as="geometry" />
        </mxCell>
        <mxCell id="HITL_NOTE" parent="1" style="text;html=1;whiteSpace=wrap;align=left;verticalAlign=middle;fontSize=9.5;fontColor=#0E9F6E;fontStyle=1;" value="✅ 실검증: 클릭→SFn SUCCEEDED→remediated→점수↑ · terraform drift 0" vertex="1">
          <mxGeometry height="32" width="470" x="1096" y="762" as="geometry" />
        </mxCell>
        <mxCell id="Z_SCAN" parent="1" style="rounded=1;arcSize=2;whiteSpace=wrap;html=1;fillColor=#FEF2F2;strokeColor=#DC2626;strokeWidth=1.5;verticalAlign=top;align=left;spacingLeft=14;spacingTop=6;fontStyle=1;fontSize=13;fontColor=#B91C1C;" value="🔍 스캐너 — CNAPP 6기둥 (계정을 read-only로 스캔 · agentless)" vertex="1">
          <mxGeometry height="264" width="604" x="1612" y="88" as="geometry" />
        </mxCell>
        <mxCell id="S_CSPM" parent="1" style="rounded=1;whiteSpace=wrap;html=1;fillColor=#FFFFFF;strokeColor=#FECACA;fontColor=#0F172A;fontSize=9.5;align=left;spacingLeft=8;" value="CSPM (설정)&#xa;Config · Security Hub · Prowler(AWS+Azure)" vertex="1">
          <mxGeometry height="42" width="284" x="1628" y="130" as="geometry" />
        </mxCell>
        <mxCell id="S_VULN" parent="1" style="rounded=1;whiteSpace=wrap;html=1;fillColor=#FFFFFF;strokeColor=#FECACA;fontColor=#0F172A;fontSize=9.5;align=left;spacingLeft=8;" value="취약점 (CVE)&#xa;Trivy · Inspector(Security Hub 통합)" vertex="1">
          <mxGeometry height="42" width="284" x="1920" y="130" as="geometry" />
        </mxCell>
        <mxCell id="S_CIEM" parent="1" style="rounded=1;whiteSpace=wrap;html=1;fillColor=#FFFFFF;strokeColor=#FECACA;fontColor=#0F172A;fontSize=9.5;align=left;spacingLeft=8;" value="CIEM (권한)&#xa;IAM Access Analyzer · Entra(Prowler)" vertex="1">
          <mxGeometry height="42" width="284" x="1628" y="180" as="geometry" />
        </mxCell>
        <mxCell id="S_KSPM" parent="1" style="rounded=1;whiteSpace=wrap;html=1;fillColor=#FFFFFF;strokeColor=#FECACA;fontColor=#0F172A;fontSize=9.5;align=left;spacingLeft=8;" value="KSPM (K8s)&#xa;kube-bench (in-cluster Job)" vertex="1">
          <mxGeometry height="42" width="284" x="1920" y="180" as="geometry" />
        </mxCell>
        <mxCell id="S_DATA" parent="1" style="rounded=1;whiteSpace=wrap;html=1;fillColor=#FFFFFF;strokeColor=#FECACA;fontColor=#0F172A;fontSize=9.5;align=left;spacingLeft=8;" value="데이터 (DSPM)&#xa;Macie — S3 PII 탐지(AWS 전용)" vertex="1">
          <mxGeometry height="42" width="284" x="1628" y="230" as="geometry" />
        </mxCell>
        <mxCell id="S_ATTACKPATH" parent="1" style="rounded=1;whiteSpace=wrap;html=1;fillColor=#FFFFFF;strokeColor=#FBCFE8;fontColor=#0F172A;fontSize=9.5;align=left;spacingLeft=8;" value="attack-path (상관)&#xa;커스텀 엔진 R1~R5 · 2-pass" vertex="1">
          <mxGeometry height="42" width="284" x="1920" y="230" as="geometry" />
        </mxCell>
        <mxCell id="SCAN_NOTE1" parent="1" style="text;html=1;whiteSpace=wrap;align=left;verticalAlign=middle;fontSize=9;fontColor=#94A3B8;" value="Shift-Left: CI에서 Checkov/OPA(IaC)·Trivy(이미지) — 빌드 단계 차단" vertex="1">
          <mxGeometry height="18" width="576" x="1628" y="286" as="geometry" />
        </mxCell>
        <mxCell id="SCAN_NOTE2" parent="1" style="text;html=1;whiteSpace=wrap;align=left;verticalAlign=middle;fontSize=9;fontColor=#94A3B8;" value="GitHub Actions cron: prowler-scan · access-analyzer-scan(자동 실 스캔)" vertex="1">
          <mxGeometry height="18" width="576" x="1628" y="304" as="geometry" />
        </mxCell>
        <mxCell id="SCAN_NOTE3" parent="1" style="text;html=1;whiteSpace=wrap;align=left;verticalAlign=middle;fontSize=9;fontColor=#DC2626;fontStyle=1;" value="→ 모든 finding은 EventBridge로 흘러 정규화 파이프라인에 합류" vertex="1">
          <mxGeometry height="20" width="576" x="1628" y="326" as="geometry" />
        </mxCell>
        <mxCell id="Z_AZURE" parent="1" style="rounded=1;arcSize=3;whiteSpace=wrap;html=1;fillColor=#EFF6FF;strokeColor=#0078D4;strokeWidth=1.5;verticalAlign=top;align=left;spacingLeft=14;spacingTop=6;fontStyle=1;fontSize=13;fontColor=#075985;" value="☁️ Azure = 신원의 주인 (Entra ID)" vertex="1">
          <mxGeometry height="300" width="296" x="1612" y="366" as="geometry" />
        </mxCell>
        <mxCell id="ENTRA2" parent="1" style="rounded=1;whiteSpace=wrap;html=1;fillColor=#FFFFFF;strokeColor=#BAE6FD;fontColor=#0F172A;fontSize=9.5;align=left;spacingLeft=8;" value="🆔 Entra ID 테넌트&#xa;cnappagentic.onmicrosoft.com" vertex="1">
          <mxGeometry height="40" width="268" x="1626" y="402" as="geometry" />
        </mxCell>
        <mxCell id="APPREG2" parent="1" style="rounded=1;whiteSpace=wrap;html=1;fillColor=#FFFFFF;strokeColor=#BAE6FD;fontColor=#0F172A;fontSize=9.5;align=left;spacingLeft=8;" value="🧩 App Reg: overpriv-app&#xa;f8 과도권한 · f16 장기 cred" vertex="1">
          <mxGeometry height="40" width="268" x="1626" y="448" as="geometry" />
        </mxCell>
        <mxCell id="ORDERSP" parent="1" style="rounded=1;whiteSpace=wrap;html=1;fillColor=#FFFFFF;strokeColor=#BAE6FD;fontColor=#0F172A;fontSize=9.5;align=left;spacingLeft=8;" value="🔑 order-sp (SP)&#xa;f5: 평문으로 AWS에 유출될 cred" vertex="1">
          <mxGeometry height="40" width="268" x="1626" y="494" as="geometry" />
        </mxCell>
        <mxCell id="SAMLIDP" parent="1" style="rounded=1;whiteSpace=wrap;html=1;fillColor=#FFFFFF;strokeColor=#BAE6FD;fontColor=#0F172A;fontSize=9.5;align=left;spacingLeft=8;" value="🎫 SAML IdP → Cognito&#xa;SSO 페더레이션(그룹 GUID 클레임)" vertex="1">
          <mxGeometry height="40" width="268" x="1626" y="540" as="geometry" />
        </mxCell>
        <mxCell id="DEFENDER_EXCL" parent="1" style="rounded=1;whiteSpace=wrap;html=1;fillColor=#FFFFFF;strokeColor=#BAE6FD;fontColor=#0F172A;fontSize=9;fontStyle=1;align=left;spacingLeft=8;" value="🚫 Defender for Cloud 미사용&#xa;Azure 실 리소스 0개 — 신원(Entra)만 대상" vertex="1">
          <mxGeometry height="34" width="268" x="1626" y="586" as="geometry" />
        </mxCell>
        <mxCell id="AZURE_NOTE" parent="1" style="text;html=1;whiteSpace=wrap;align=left;verticalAlign=middle;fontSize=9;fontColor=#94A3B8;" value="데이터는 Azure에 두지 않음 — 신원만. Prowler entra_* + SP는 키리스(OIDC)" vertex="1">
          <mxGeometry height="30" width="268" x="1626" y="628" as="geometry" />
        </mxCell>
        <mxCell id="e_saml" edge="1" parent="1" source="SAMLIDP" style="edgeStyle=none;rounded=0;html=1;endArrow=block;dashed=1;strokeColor=#2563EB;fontSize=9;fontColor=#2563EB;" target="COG" value="SAML">
          <mxGeometry relative="1" as="geometry" />
        </mxCell>
        <mxCell id="Z_GOV" parent="1" style="rounded=1;arcSize=2;whiteSpace=wrap;html=1;fillColor=#F8FAFC;strokeColor=#475569;strokeWidth=1.4;verticalAlign=top;align=left;spacingLeft=14;spacingTop=6;fontStyle=1;fontSize=13;fontColor=#334155;" value="🔒 거버넌스 · 키리스 원칙" vertex="1">
          <mxGeometry height="150" width="604" x="1612" y="682" as="geometry" />
        </mxCell>
        <mxCell id="G1" parent="1" style="rounded=1;whiteSpace=wrap;html=1;fillColor=#FFFFFF;strokeColor=#CBD5E1;fontColor=#0F172A;fontSize=9;align=left;spacingLeft=8;verticalAlign=middle;" value="✅ read-only first — Evidence allowlist 2중 강제" vertex="1">
          <mxGeometry height="30" width="284" x="1628" y="720" as="geometry" />
        </mxCell>
        <mxCell id="G2" parent="1" style="rounded=1;whiteSpace=wrap;html=1;fillColor=#FFFFFF;strokeColor=#CBD5E1;fontColor=#0F172A;fontSize=9;align=left;spacingLeft=8;verticalAlign=middle;" value="✅ HITL — 변경은 Step Functions 승인 경로만" vertex="1">
          <mxGeometry height="30" width="284" x="1920" y="720" as="geometry" />
        </mxCell>
        <mxCell id="G3" parent="1" style="rounded=1;whiteSpace=wrap;html=1;fillColor=#FFFFFF;strokeColor=#CBD5E1;fontColor=#0F172A;fontSize=9;align=left;spacingLeft=8;verticalAlign=middle;" value="✅ 불변 감사 — S3 Object Lock" vertex="1">
          <mxGeometry height="30" width="284" x="1628" y="756" as="geometry" />
        </mxCell>
        <mxCell id="G4" parent="1" style="rounded=1;whiteSpace=wrap;html=1;fillColor=#FFFFFF;strokeColor=#CBD5E1;fontColor=#0F172A;fontSize=9;align=left;spacingLeft=8;verticalAlign=middle;" value="✅ WAF — CloudFront 앞단 L7 방어" vertex="1">
          <mxGeometry height="30" width="284" x="1920" y="756" as="geometry" />
        </mxCell>
        <mxCell id="G5" parent="1" style="rounded=1;whiteSpace=wrap;html=1;fillColor=#FFFFFF;strokeColor=#CBD5E1;fontColor=#0F172A;fontSize=9;align=left;spacingLeft=8;verticalAlign=middle;" value="✅ 최소권한 — IRSA · 격상 역할 분리" vertex="1">
          <mxGeometry height="30" width="284" x="1628" y="792" as="geometry" />
        </mxCell>
        <mxCell id="G6" parent="1" style="rounded=1;whiteSpace=wrap;html=1;fillColor=#FFFFFF;strokeColor=#CBD5E1;fontColor=#0F172A;fontSize=9;align=left;spacingLeft=8;verticalAlign=middle;" value="🚫 Organizations/IdentityCenter 미사용" vertex="1">
          <mxGeometry height="30" width="284" x="1920" y="792" as="geometry" />
        </mxCell>
        <mxCell id="Z_GOLDEN" parent="1" style="rounded=1;arcSize=1;whiteSpace=wrap;html=1;fillColor=#FFF1F2;strokeColor=#E11D48;strokeWidth=2;" value="" vertex="1">
          <mxGeometry height="150" width="2192" x="24" y="884" as="geometry" />
        </mxCell>
        <mxCell id="GOLDEN_TITLE" parent="1" style="text;html=1;whiteSpace=wrap;align=left;verticalAlign=middle;fontSize=15;fontStyle=1;fontColor=#BE123C;" value="❤️ 골든 크로스클라우드 attack-path" vertex="1">
          <mxGeometry height="26" width="500" x="40" y="892" as="geometry" />
        </mxCell>
        <mxCell id="GOLDEN_SUB" parent="1" style="text;html=1;whiteSpace=wrap;align=left;verticalAlign=middle;fontSize=10.5;fontColor=#9F1239;" value="개별로는 중위험인 finding들이 하나의 &#39;신원 탈취&#39; 경로로 엮임(독성 조합). MVP=분석·시각화, 실제 횡단은 보너스." vertex="1">
          <mxGeometry height="20" width="900" x="500" y="894" as="geometry" />
        </mxCell>
        <mxCell id="GOLDEN_BOUND" parent="1" style="text;html=1;whiteSpace=wrap;align=left;verticalAlign=middle;fontSize=10;fontStyle=1;fontColor=#2563EB;" value="⚡ ③→④ = 크로스클라우드 경계(credential_theft)" vertex="1">
          <mxGeometry height="20" width="400" x="1470" y="894" as="geometry" />
        </mxCell>
        <mxCell id="G_S1" parent="1" style="rounded=1;whiteSpace=wrap;html=1;fillColor=#FFF7ED;strokeColor=#F59E0B;strokeWidth=1.3;fontColor=#7C2D12;fontSize=10;align=left;spacingLeft=10;spacingTop=4;" value="① 워크로드 침투 (AWS)&#xa;product 취약 이미지(f1 KEV) → 컨테이너 장악&#xa;f2 privileged 로 노드 측면 이동&#xa;n1: aws:eks_pod:shop/product" vertex="1">
          <mxGeometry height="92" width="470" x="40" y="924" as="geometry" />
        </mxCell>
        <mxCell id="G_S2" parent="1" style="rounded=1;whiteSpace=wrap;html=1;fillColor=#FFF7ED;strokeColor=#F59E0B;strokeWidth=1.3;fontColor=#7C2D12;fontSize=10;align=left;spacingLeft=10;spacingTop=4;" value="② 자격증명 발견 (AWS)&#xa;order 과도 IRSA(f4) + 평문 Azure SP&#xa;cred(f5) 를 코드/시크릿에서 획득&#xa;n2·n3: iam_role · secret_plaintext" vertex="1">
          <mxGeometry height="92" width="470" x="546" y="924" as="geometry" />
        </mxCell>
        <mxCell id="G_S3" parent="1" style="rounded=1;whiteSpace=wrap;html=1;fillColor=#FFF7ED;strokeColor=#F59E0B;strokeWidth=1.3;fontColor=#7C2D12;fontSize=10;align=left;spacingLeft=10;spacingTop=4;" value="③ 데이터 탈취 (AWS)&#xa;member 공개 S3(f6)에서 회원 PII(f7) 탈취&#xa;Macie가 미리 탐지한 미끼&#xa;n1&#39;: aws:s3_bucket:member-pii" vertex="1">
          <mxGeometry height="92" width="470" x="1052" y="924" as="geometry" />
        </mxCell>
        <mxCell id="G_S4" parent="1" style="rounded=1;whiteSpace=wrap;html=1;fillColor=#EFF6FF;strokeColor=#0078D4;strokeWidth=1.5;fontColor=#0C4A6E;fontSize=10;align=left;spacingLeft=10;spacingTop=4;" value="④ 신원 장악 (Azure Entra) — 디렉터리 전체 통제&#xa;탈취한 Azure SP cred 로 Entra 과도권한 App(f8) 장악&#xa;Directory.ReadWrite.All 로 테넌트 신원 통제권 획득&#xa;n4·n5: azure service_principal · app_registration" vertex="1">
          <mxGeometry height="92" width="620" x="1596" y="924" as="geometry" />
        </mxCell>
        <mxCell id="e_g1" edge="1" parent="1" source="G_S1" style="edgeStyle=none;rounded=0;html=1;endArrow=block;strokeColor=#E11D48;strokeWidth=2;" target="G_S2">
          <mxGeometry relative="1" as="geometry" />
        </mxCell>
        <mxCell id="e_g2" edge="1" parent="1" source="G_S2" style="edgeStyle=none;rounded=0;html=1;endArrow=block;strokeColor=#E11D48;strokeWidth=2;" target="G_S3">
          <mxGeometry relative="1" as="geometry" />
        </mxCell>
        <mxCell id="e_g3" edge="1" parent="1" source="G_S3" style="edgeStyle=none;rounded=0;html=1;endArrow=block;strokeColor=#2563EB;strokeWidth=2.5;" target="G_S4">
          <mxGeometry relative="1" as="geometry" />
        </mxCell>
        <mxCell id="e_scan_flow" edge="1" parent="1" source="Z_SCAN" style="edgeStyle=none;rounded=0;html=1;endArrow=block;dashed=1;strokeColor=#DC2626;opacity=55;" target="EB2">
          <mxGeometry relative="1" as="geometry" />
        </mxCell>
        <mxCell id="Z_MON2" parent="1" style="rounded=1;arcSize=1;whiteSpace=wrap;html=1;fillColor=#FFFBEB;strokeColor=#D97706;strokeWidth=1.6;verticalAlign=top;align=left;spacingLeft=16;spacingTop=8;fontStyle=1;fontSize=14;fontColor=#92400E;" value="📊 관측 · 보안 (Monitoring)" vertex="1">
          <mxGeometry height="132" width="2192" x="24" y="1054" as="geometry" />
        </mxCell>
        <mxCell id="M_CW" parent="1" style="rounded=1;whiteSpace=wrap;html=1;fillColor=#FFFFFF;strokeColor=#FDE68A;fontColor=#0F172A;fontSize=9.5;align=left;spacingLeft=8;" value="📈 CloudWatch&#xa;대시보드24위젯·알람7종·WAF 차단지표" vertex="1">
          <mxGeometry height="46" width="340" x="40" y="1090" as="geometry" />
        </mxCell>
        <mxCell id="M_XRAY" parent="1" style="rounded=1;whiteSpace=wrap;html=1;fillColor=#FFFFFF;strokeColor=#FDE68A;fontColor=#0F172A;fontSize=9.5;align=left;spacingLeft=8;" value="🩻 X-Ray&#xa;5λ 분산추적 · SQS=links·EventBridge=병합" vertex="1">
          <mxGeometry height="46" width="340" x="396" y="1090" as="geometry" />
        </mxCell>
        <mxCell id="M_CT" parent="1" style="rounded=1;whiteSpace=wrap;html=1;fillColor=#FFFFFF;strokeColor=#FDE68A;fontColor=#0F172A;fontSize=9.5;align=left;spacingLeft=8;" value="📜 CloudTrail&#xa;관리 이벤트 전량 감사" vertex="1">
          <mxGeometry height="46" width="340" x="752" y="1090" as="geometry" />
        </mxCell>
        <mxCell id="M_GRAF" parent="1" style="rounded=1;whiteSpace=wrap;html=1;fillColor=#FFFFFF;strokeColor=#FDE68A;fontColor=#0F172A;fontSize=9.5;align=left;spacingLeft=8;" value="📊 Grafana (on EKS)&#xa;CW·Prometheus·Postgres·X-Ray 4소스" vertex="1">
          <mxGeometry height="46" width="340" x="1108" y="1090" as="geometry" />
        </mxCell>
        <mxCell id="M_TEAMS" parent="1" style="rounded=1;whiteSpace=wrap;html=1;fillColor=#FFFFFF;strokeColor=#FDE68A;fontColor=#0F172A;fontSize=9.5;align=left;spacingLeft=8;" value="💬 Microsoft Teams&#xa;alerts·cost·login 채널 알림" vertex="1">
          <mxGeometry height="46" width="340" x="1464" y="1090" as="geometry" />
        </mxCell>
        <mxCell id="M_GHA" parent="1" style="rounded=1;whiteSpace=wrap;html=1;fillColor=#FFFFFF;strokeColor=#FDE68A;fontColor=#0F172A;fontSize=9.5;align=left;spacingLeft=8;" value="🤖 GitHub Actions cron&#xa;live-health-canary(합성 모니터링,20분) 등" vertex="1">
          <mxGeometry height="46" width="376" x="1820" y="1090" as="geometry" />
        </mxCell>
        <mxCell id="MON_NOTE" parent="1" style="text;html=1;whiteSpace=wrap;align=left;verticalAlign=middle;fontSize=9.5;fontColor=#B45309;" value="💡 리소스 에러 0인데 사용자 관점 고장(Cognito 드리프트 등)은 CloudWatch가 못 잡음 — live-health-canary가 실 SPA·API를 직접 curl해서 보완" vertex="1">
          <mxGeometry height="20" width="1600" x="40" y="1160" as="geometry" />
        </mxCell>
        <mxCell id="LEG1" parent="1" style="text;html=1;align=left;verticalAlign=middle;fontSize=10;fontColor=#475569;" value="컴퓨트(EKS·λ·EC2)" vertex="1">
          <mxGeometry height="18" width="160" x="60" y="1210" as="geometry" />
        </mxCell>
        <mxCell id="LEG1SW" parent="1" style="rounded=0;whiteSpace=wrap;html=1;fillColor=#ED7100;strokeColor=none;" value="" vertex="1">
          <mxGeometry height="14" width="14" x="40" y="1212" as="geometry" />
        </mxCell>
        <mxCell id="LEG2" parent="1" style="text;html=1;align=left;verticalAlign=middle;fontSize=10;fontColor=#475569;" value="데이터베이스(RDS·pgvector)" vertex="1">
          <mxGeometry height="18" width="200" x="220" y="1210" as="geometry" />
        </mxCell>
        <mxCell id="LEG2SW" parent="1" style="rounded=0;whiteSpace=wrap;html=1;fillColor=#3334B9;strokeColor=none;" value="" vertex="1">
          <mxGeometry height="14" width="14" x="200" y="1212" as="geometry" />
        </mxCell>
        <mxCell id="LEG3" parent="1" style="text;html=1;align=left;verticalAlign=middle;fontSize=10;fontColor=#475569;" value="스토리지(S3)" vertex="1">
          <mxGeometry height="18" width="120" x="440" y="1210" as="geometry" />
        </mxCell>
        <mxCell id="LEG3SW" parent="1" style="rounded=0;whiteSpace=wrap;html=1;fillColor=#569A31;strokeColor=none;" value="" vertex="1">
          <mxGeometry height="14" width="14" x="420" y="1212" as="geometry" />
        </mxCell>
        <mxCell id="LEG4" parent="1" style="text;html=1;align=left;verticalAlign=middle;fontSize=10;fontColor=#475569;" value="네트워크(VPC·ALB·CF)" vertex="1">
          <mxGeometry height="18" width="170" x="580" y="1210" as="geometry" />
        </mxCell>
        <mxCell id="LEG4SW" parent="1" style="rounded=0;whiteSpace=wrap;html=1;fillColor=#8C4FFF;strokeColor=none;" value="" vertex="1">
          <mxGeometry height="14" width="14" x="560" y="1212" as="geometry" />
        </mxCell>
        <mxCell id="LEG5" parent="1" style="text;html=1;align=left;verticalAlign=middle;fontSize=10;fontColor=#475569;" value="보안(스캐너·IAM·WAF·Cognito)" vertex="1">
          <mxGeometry height="18" width="220" x="790" y="1210" as="geometry" />
        </mxCell>
        <mxCell id="LEG5SW" parent="1" style="rounded=0;whiteSpace=wrap;html=1;fillColor=#DD344C;strokeColor=none;" value="" vertex="1">
          <mxGeometry height="14" width="14" x="770" y="1212" as="geometry" />
        </mxCell>
        <mxCell id="LEG6" parent="1" style="text;html=1;align=left;verticalAlign=middle;fontSize=10;fontColor=#475569;" value="통합(EventBridge·SQS·SFn)" vertex="1">
          <mxGeometry height="18" width="200" x="1030" y="1210" as="geometry" />
        </mxCell>
        <mxCell id="LEG6SW" parent="1" style="rounded=0;whiteSpace=wrap;html=1;fillColor=#E7157B;strokeColor=none;" value="" vertex="1">
          <mxGeometry height="14" width="14" x="1010" y="1212" as="geometry" />
        </mxCell>
        <mxCell id="LEG7" parent="1" style="text;html=1;align=left;verticalAlign=middle;fontSize=10;fontColor=#475569;" value="AI(Bedrock·RAG)" vertex="1">
          <mxGeometry height="18" width="150" x="1230" y="1210" as="geometry" />
        </mxCell>
        <mxCell id="LEG7SW" parent="1" style="rounded=0;whiteSpace=wrap;html=1;fillColor=#01A88D;strokeColor=none;" value="" vertex="1">
          <mxGeometry height="14" width="14" x="1210" y="1212" as="geometry" />
        </mxCell>
        <mxCell id="LEG8" parent="1" style="text;html=1;align=left;verticalAlign=middle;fontSize=10;fontColor=#475569;" value="Azure(Entra)" vertex="1">
          <mxGeometry height="18" width="120" x="1380" y="1210" as="geometry" />
        </mxCell>
        <mxCell id="LEG8SW" parent="1" style="rounded=0;whiteSpace=wrap;html=1;fillColor=#0078D4;strokeColor=none;" value="" vertex="1">
          <mxGeometry height="14" width="14" x="1360" y="1212" as="geometry" />
        </mxCell>
        <mxCell id="LEG10" parent="1" style="text;html=1;align=left;verticalAlign=middle;fontSize=10;fontColor=#DC2626;" value="━ 결함/공격 흐름" vertex="1">
          <mxGeometry height="18" width="150" x="1790" y="1210" as="geometry" />
        </mxCell>
        <mxCell id="LEG11" parent="1" style="text;html=1;align=left;verticalAlign=middle;fontSize=10;fontColor=#0E9F6E;" value="━ 에이전틱(tool-use)" vertex="1">
          <mxGeometry height="18" width="180" x="1950" y="1210" as="geometry" />
        </mxCell>
        <mxCell id="LEG_FOOT" parent="1" style="text;html=1;align=left;verticalAlign=middle;fontSize=10;fontColor=#94A3B8;" value="f1~f8 = 의도적 결함(target-app-design) · 2026-07-09 기준 — 라이브 실측 반영" vertex="1">
          <mxGeometry height="18" width="700" x="40" y="1234" as="geometry" />
        </mxCell>
      </root>
    </mxGraphModel>
  </diagram>
</mxfile>
